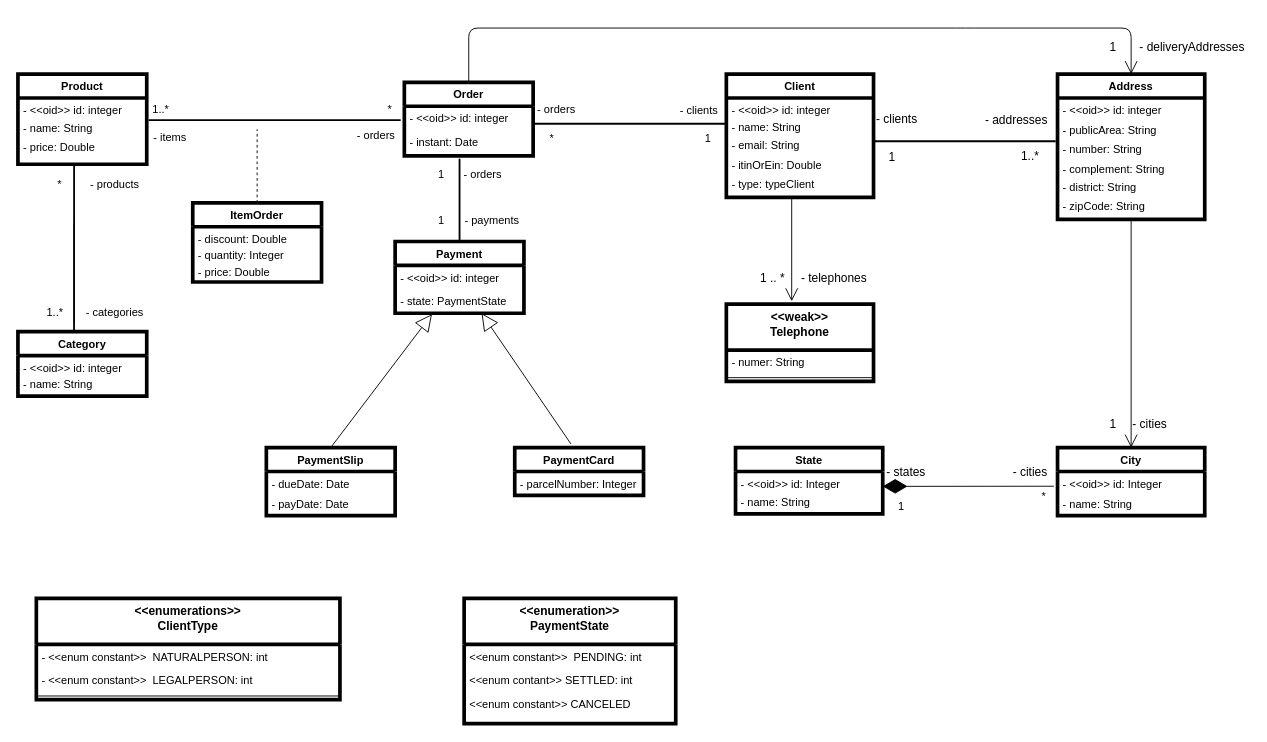
Earlier version of the draw.io diagram model-conceptual-score/class-diagram-release:1.0.drawio (Relesi/class-diagram). Source tidied: cells renumbered, new cells numbered last; positions are measured from the earlier drawing's top-left corner, leaving out a move shared by most shapes. Both pictures are drawn from the tidied source at 92%, with x=0, y=0 at pixel (17, 28).
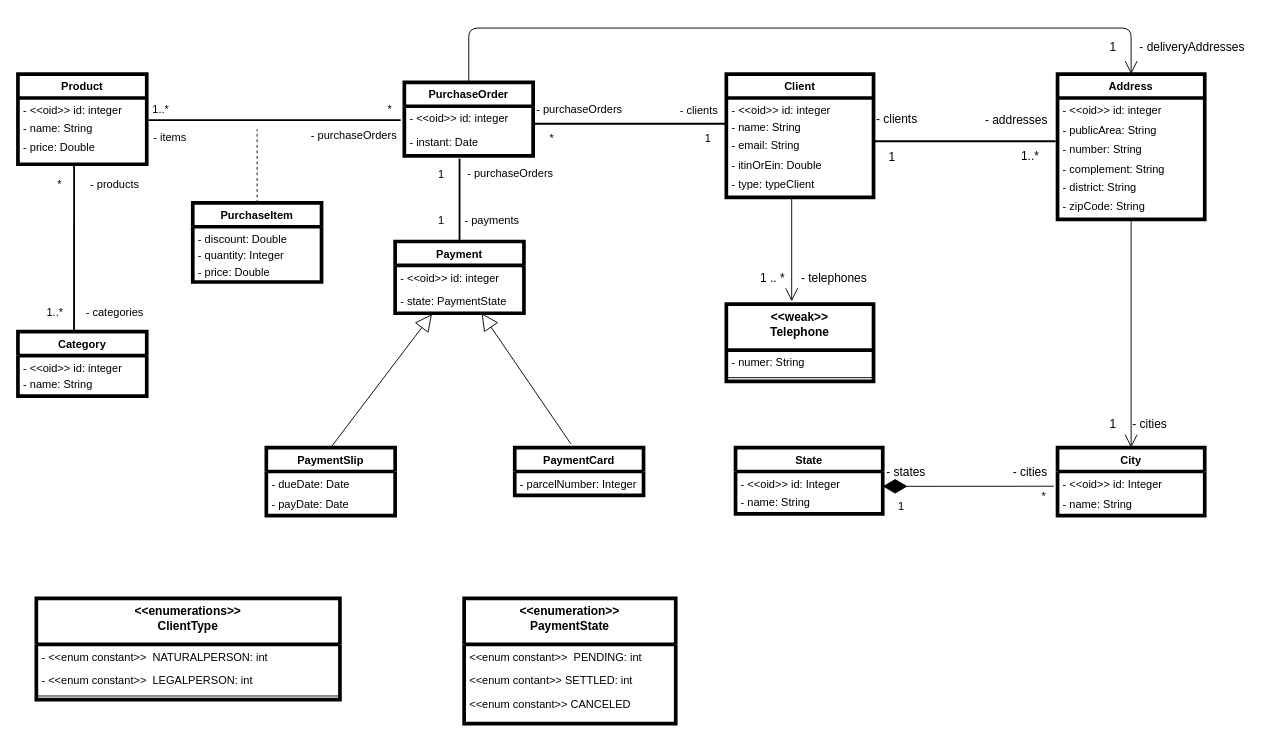
After the change.

Change to the diagram source:
```diff
@@
-    <mxCell id="14" value="ItemOrder" style="swimlane;fontStyle=1;horizontal=1;startSize=26;strokeWidth=4;swimlaneFillColor=#ffffff;" parent="1" vertex="1">
+    <mxCell id="14" value="PurchaseItem" style="swimlane;fontStyle=1;horizontal=1;startSize=26;strokeWidth=4;swimlaneFillColor=#ffffff;" parent="1" vertex="1">
       <mxGeometry x="190" y="190" width="140" height="86" as="geometry" />
     </mxCell>
@@
-    <mxCell id="18" value="Order" style="swimlane;fontStyle=1;horizontal=1;startSize=26;strokeWidth=4;swimlaneFillColor=#ffffff;" parent="1" vertex="1">
+    <mxCell id="18" value="PurchaseOrder" style="swimlane;fontStyle=1;horizontal=1;startSize=26;strokeWidth=4;swimlaneFillColor=#ffffff;" parent="1" vertex="1">
       <mxGeometry x="420" y="59" width="140" height="80" as="geometry" />
     </mxCell>
@@
-    <mxCell id="25" value="- orders" style="text;html=1;align=center;verticalAlign=middle;strokeColor=none;" parent="1" vertex="1">
-      <mxGeometry x="359" y="107" width="60" height="20" as="geometry" />
+    <mxCell id="25" value="- purchaseOrders" style="text;html=1;align=center;verticalAlign=middle;strokeColor=none;" parent="1" vertex="1">
+      <mxGeometry x="310" y="107" width="110" height="20" as="geometry" />
     </mxCell>
@@
-    <mxCell id="38" value="- orders" style="text;html=1;align=center;verticalAlign=middle;strokeColor=none;" parent="1" vertex="1">
-      <mxGeometry x="475" y="150" width="60" height="20" as="geometry" />
+    <mxCell id="38" value="- purchaseOrders" style="text;html=1;align=center;verticalAlign=middle;strokeColor=none;" parent="1" vertex="1">
+      <mxGeometry x="480" y="148" width="110" height="20" as="geometry" />
     </mxCell>
@@
-    <mxCell id="49" value="- orders" style="text;html=1;align=center;verticalAlign=middle;strokeColor=none;" parent="1" vertex="1">
-      <mxGeometry x="555" y="79" width="60" height="20" as="geometry" />
+    <mxCell id="49" value="- purchaseOrders" style="text;html=1;align=center;verticalAlign=middle;strokeColor=none;" parent="1" vertex="1">
+      <mxGeometry x="555" y="79" width="110" height="20" as="geometry" />
     </mxCell>
```
